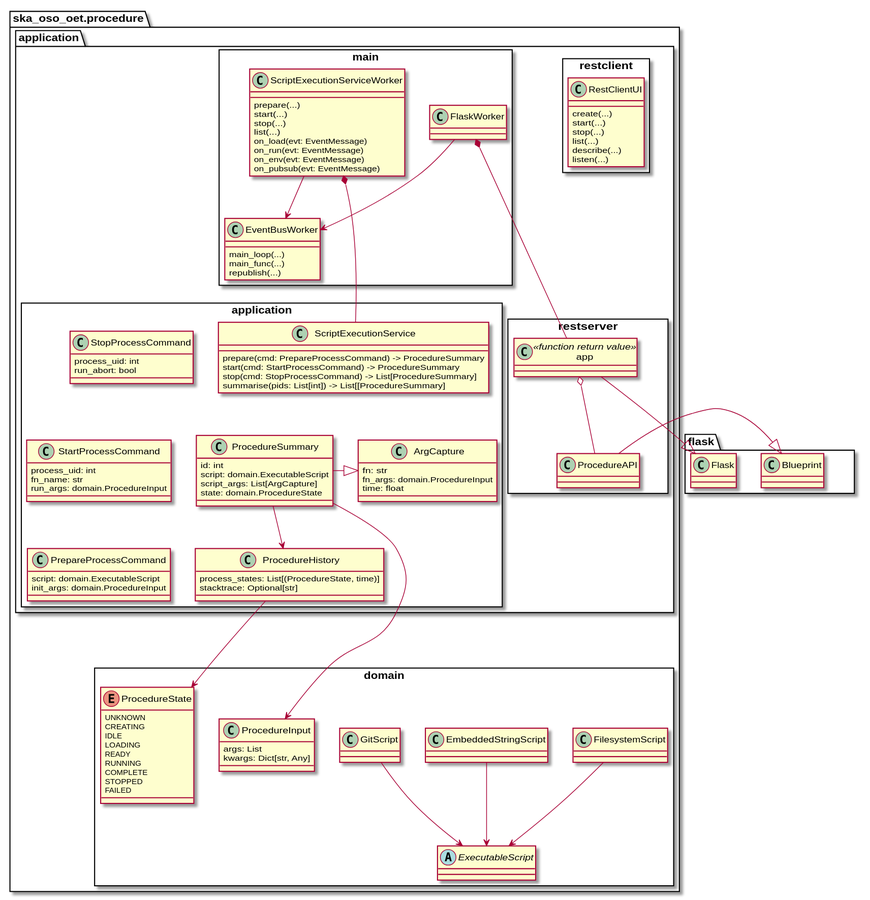
This is docs/src/diagrams/export/backend_module_execution_primary.svg from ska-telescope/observation-execution-tool, a PlantUML export, as it was before one commit.
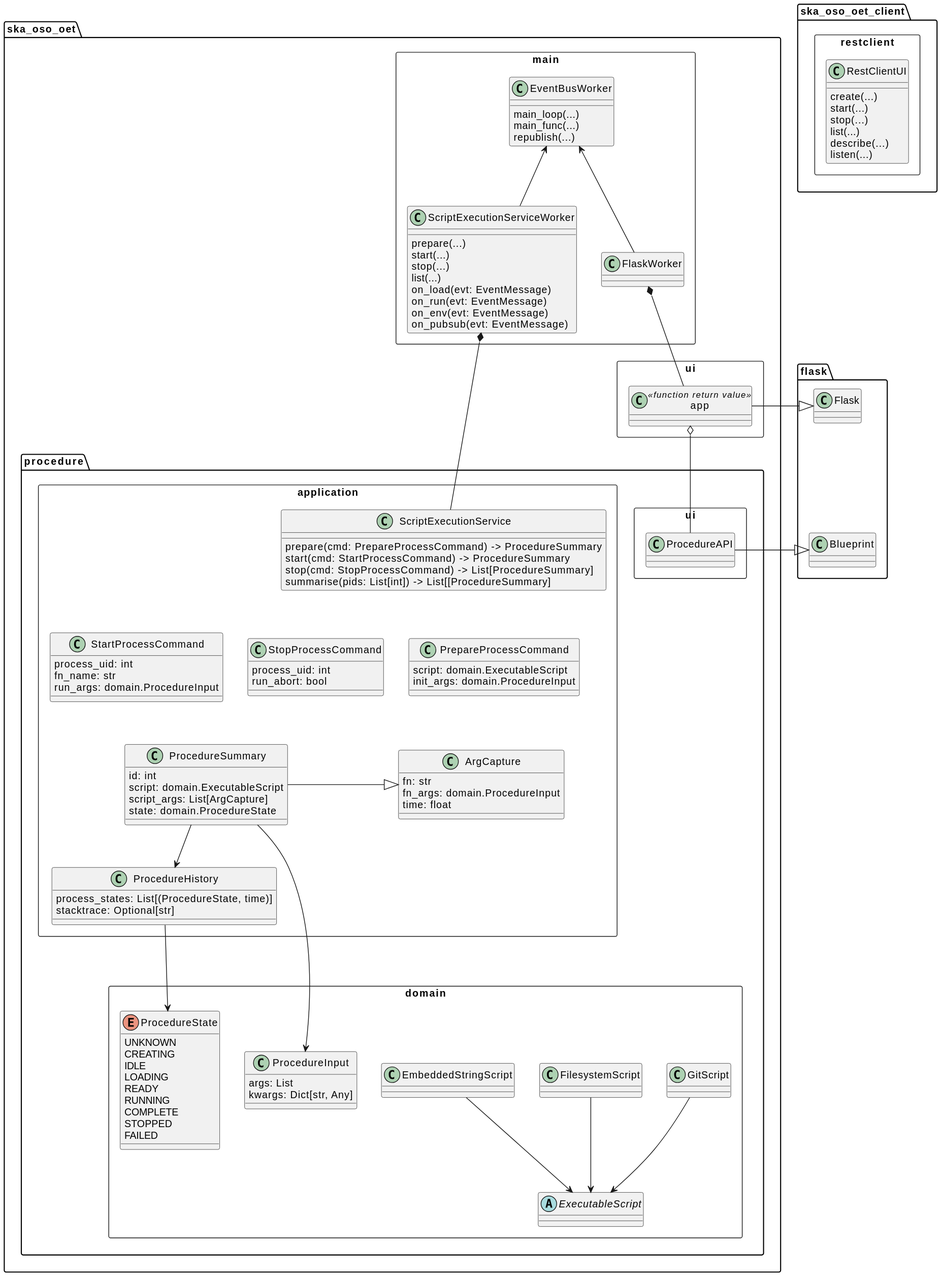
The same file after the commit.

Change to the diagram source:
```diff
@@ -1,9 +1,6 @@
 @startuml
 
-package ska_oso_oet.procedure {
-
-package application as application_pkg {
-
+package ska_oso_oet_client {
     package restclient <<Rectangle>> {
         class RestClientUI {
             create(...)
@@ -14,6 +11,9 @@
             listen(...)
         }
     }
+}
+
+package ska_oso_oet {
 
     package main <<Rectangle>> {
         class ScriptExecutionServiceWorker {
@@ -36,99 +36,100 @@
             republish(...)
         }
 
-        ScriptExecutionServiceWorker --> EventBusWorker
-        FlaskWorker --> EventBusWorker
+        ScriptExecutionServiceWorker -up-> EventBusWorker
+        FlaskWorker -up-> EventBusWorker
     }
 
-    package restserver <<Rectangle>> {
+    package ui <<Rectangle>> {
         class app <<function return value>> {
-        }
-
-        class ProcedureAPI
-
-        app o-- ProcedureAPI
-    }
-
-    package application <<Rectangle>> {
-        class ScriptExecutionService {
-            prepare(cmd: PrepareProcessCommand) -> ProcedureSummary
-            start(cmd: StartProcessCommand) -> ProcedureSummary
-            stop(cmd: StopProcessCommand) -> List[ProcedureSummary]
-            summarise(pids: List[int]) -> List[[ProcedureSummary]
-        }
-
-        class ProcedureSummary {
-            id: int
-            script: domain.ExecutableScript
-            script_args: List[ArgCapture]
-            state: domain.ProcedureState
-        }
-
-        class ArgCapture {
-            fn: str
-            fn_args: domain.ProcedureInput
-            time: float
-        }
-        ProcedureSummary -right-|> ArgCapture
-
-        class ProcedureHistory {
-            {field} process_states: List[(ProcedureState, time)]
-            stacktrace: Optional[str]
-        }
-        ProcedureSummary --> ProcedureHistory
-
-        class PrepareProcessCommand {
-            script: domain.ExecutableScript
-            init_args: domain.ProcedureInput
-        }
-
-        class StartProcessCommand {
-            process_uid: int
-            fn_name: str
-            run_args: domain.ProcedureInput
-        }
-
-        class StopProcessCommand {
-            process_uid: int
-            run_abort: bool
-        }
-        PrepareProcessCommand -up[hidden]- StartProcessCommand
-        StartProcessCommand -up[hidden]- StopProcessCommand
-    }
-    FlaskWorker *-- app
-    ScriptExecutionServiceWorker *-- ScriptExecutionService
-
-}
-
-    package domain <<Rectangle>> {
-        abstract class ExecutableScript
-        class GitScript
-        class FilesystemScript
-        class EmbeddedStringScript
-        GitScript --> ExecutableScript
-        FilesystemScript --> ExecutableScript
-        EmbeddedStringScript --> ExecutableScript
-
-        enum ProcedureState {
-            UNKNOWN
-            CREATING
-            IDLE
-            LOADING
-            READY
-            RUNNING
-            COMPLETE
-            STOPPED
-            FAILED
-        }
-
-        class ProcedureInput {
-            args: List
-            kwargs: Dict[str, Any]
         }
     }
 
-    ProcedureHistory ---> ProcedureState
-    ProcedureSummary ---> ProcedureInput
+    package procedure {
+        package ui as procedure_ui <<Rectangle>> {
+            class ProcedureAPI
+            app o-- ProcedureAPI
+        }
+
+        package application <<Rectangle>> {
+            class ScriptExecutionService {
+                prepare(cmd: PrepareProcessCommand) -> ProcedureSummary
+                start(cmd: StartProcessCommand) -> ProcedureSummary
+                stop(cmd: StopProcessCommand) -> List[ProcedureSummary]
+                summarise(pids: List[int]) -> List[[ProcedureSummary]
+            }
+
+            class ProcedureSummary {
+                id: int
+                script: domain.ExecutableScript
+                script_args: List[ArgCapture]
+                state: domain.ProcedureState
+            }
+
+            class ArgCapture {
+                fn: str
+                fn_args: domain.ProcedureInput
+                time: float
+            }
+            ProcedureSummary -right-|> ArgCapture
+
+            class ProcedureHistory {
+                {field} process_states: List[(ProcedureState, time)]
+                stacktrace: Optional[str]
+            }
+            ProcedureSummary --> ProcedureHistory
+
+            class PrepareProcessCommand {
+                script: domain.ExecutableScript
+                init_args: domain.ProcedureInput
+            }
+
+            class StartProcessCommand {
+                process_uid: int
+                fn_name: str
+                run_args: domain.ProcedureInput
+            }
+
+            class StopProcessCommand {
+                process_uid: int
+                run_abort: bool
+            }
+            PrepareProcessCommand -up[hidden]- StartProcessCommand
+            StartProcessCommand -up[hidden]- StopProcessCommand
+        }
+        FlaskWorker *-- app
+        ScriptExecutionServiceWorker *-- ScriptExecutionService
+
+        package domain <<Rectangle>> {
+            abstract class ExecutableScript
+            class GitScript
+            class FilesystemScript
+            class EmbeddedStringScript
+            GitScript --> ExecutableScript
+            FilesystemScript --> ExecutableScript
+            EmbeddedStringScript --> ExecutableScript
+
+            enum ProcedureState {
+                UNKNOWN
+                CREATING
+                IDLE
+                LOADING
+                READY
+                RUNNING
+                COMPLETE
+                STOPPED
+                FAILED
+            }
+
+            class ProcedureInput {
+                args: List
+                kwargs: Dict[str, Any]
+            }
+        }
+        ProcedureHistory ---> ProcedureState
+        ProcedureSummary --> ProcedureInput
+    }
+
 }
 
 package flask {
@@ -138,11 +139,11 @@
 
 app -|> Flask
 ProcedureAPI -|> Blueprint
+Blueprint -up[hidden]- Flask
 
-main -down[hidden]--> application
-restserver -left[hidden]--> application
-restserver -right[hidden]--> flask
-FlaskWorker -down[hidden]--> restserver
-ScriptExecutionService -down[hidden]- ProcedureSummary
-
+PrepareProcessCommand -right[hidden] StartProcessCommand
+StartProcessCommand -right[hidden] StopProcessCommand
+ScriptExecutionService -down[hidden]- ArgCapture
+ScriptExecutionService -down[hidden]- StopProcessCommand
+ProcedureSummary -up[hidden]- StartProcessCommand
 @enduml
```
